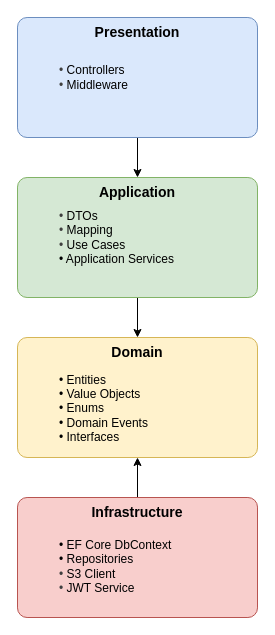
Above: docs/assets/diagrams/clean-architecture/clean-architecture.drawio in TeleManga/docs (draw.io), before the change. Source tidied: cells renumbered, new cells numbered last; positions are measured from the earlier drawing's top-left corner, leaving out a move shared by most shapes. Both pictures are drawn from the tidied source at 100%, with x=0, y=0 at pixel (17, 17).
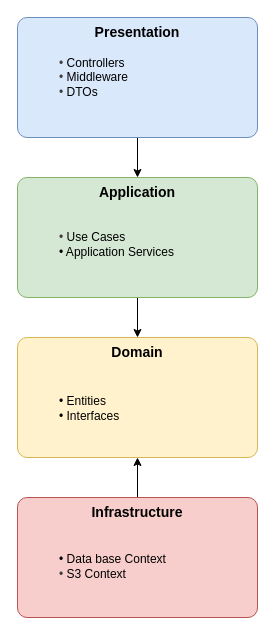
Above is the later version.

Commit message (it also covers changes not shown here):
fix/6/refactor-service-diagram-and-clean-architecture-diagram

What changed in the source:
```diff
@@
 <mxGraphModel>
   <root>
     <mxCell id="0" />
     <mxCell id="1" parent="0" />
     <mxCell id="2" style="edgeStyle=none;html=1;" parent="1" edge="1" source="3" target="6">
       <mxGeometry relative="1" as="geometry" />
     </mxCell>
     <mxCell id="3" value="Presentation" style="rounded=1;whiteSpace=wrap;html=1;fillColor=#dae8fc;strokeColor=#6c8ebf;fontStyle=1;fontSize=14;verticalAlign=top;arcSize=8;" parent="1" vertex="1">
       <mxGeometry width="240" height="120" as="geometry" />
     </mxCell>
-    <mxCell id="4" value="&lt;font style=&quot;color: rgb(0, 0, 0);&quot;&gt;&lt;span style=&quot;color: rgb(63, 63, 63);&quot;&gt;•&amp;nbsp;&lt;/span&gt;Controllers&lt;br&gt;&lt;/font&gt;&lt;div&gt;&lt;font style=&quot;color: rgb(0, 0, 0);&quot;&gt;&lt;span style=&quot;color: rgb(63, 63, 63); background-color: transparent;&quot;&gt;•&amp;nbsp;&lt;/span&gt;Middleware&lt;/font&gt;&lt;/div&gt;" style="text;html=1;align=left;verticalAlign=middle;strokeColor=none;fillColor=none;fontSize=12;fontColor=#666666;" parent="3" vertex="1">
-      <mxGeometry x="40" y="40" width="90" height="40" as="geometry" />
+    <mxCell id="4" value="&lt;font style=&quot;color: rgb(0, 0, 0);&quot;&gt;&lt;span style=&quot;color: rgb(63, 63, 63);&quot;&gt;•&amp;nbsp;&lt;/span&gt;Controllers&lt;br&gt;&lt;/font&gt;&lt;div&gt;&lt;font style=&quot;color: rgb(0, 0, 0);&quot;&gt;&lt;span style=&quot;color: rgb(63, 63, 63); background-color: transparent;&quot;&gt;•&amp;nbsp;&lt;/span&gt;Middleware&lt;/font&gt;&lt;/div&gt;&lt;div&gt;&lt;font style=&quot;color: rgb(0, 0, 0);&quot;&gt;&lt;span style=&quot;scrollbar-color: rgb(226, 226, 226) rgb(251, 251, 251); background-color: transparent; color: rgb(63, 63, 63);&quot;&gt;•&amp;nbsp;&lt;/span&gt;&lt;span style=&quot;color: rgb(0, 0, 0);&quot;&gt;DTOs&lt;/span&gt;&lt;/font&gt;&lt;/div&gt;" style="text;html=1;align=left;verticalAlign=middle;strokeColor=none;fillColor=none;fontSize=12;fontColor=#666666;" parent="3" vertex="1">
+      <mxGeometry x="40" y="30" width="90" height="60" as="geometry" />
     </mxCell>
     <mxCell id="5" style="edgeStyle=none;html=1;" parent="1" edge="1" source="6" target="8">
       <mxGeometry relative="1" as="geometry" />
     </mxCell>
     <mxCell id="6" value="Application" style="rounded=1;whiteSpace=wrap;html=1;fillColor=#d5e8d4;strokeColor=#82b366;fontStyle=1;fontSize=14;verticalAlign=top;arcSize=8;" parent="1" vertex="1">
       <mxGeometry y="160" width="240" height="120" as="geometry" />
     </mxCell>
-    <mxCell id="7" value="&lt;div&gt;&lt;font style=&quot;color: rgb(0, 0, 0);&quot;&gt;&lt;span style=&quot;background-color: transparent; color: rgb(63, 63, 63);&quot;&gt;•&amp;nbsp;&lt;/span&gt;DTOs&lt;/font&gt;&lt;/div&gt;&lt;div&gt;&lt;font&gt;&lt;span style=&quot;color: rgb(63, 63, 63);&quot;&gt;• &lt;/span&gt;&lt;font style=&quot;color: rgb(0, 0, 0);&quot;&gt;Mapping&lt;/font&gt;&lt;/font&gt;&lt;/div&gt;&lt;div&gt;&lt;font&gt;&lt;font style=&quot;color: rgb(0, 0, 0);&quot;&gt;&lt;span style=&quot;color: rgb(63, 63, 63); background-color: transparent;&quot;&gt;•&amp;nbsp;&lt;/span&gt;&lt;span style=&quot;color: rgb(0, 0, 0);&quot;&gt;Use Cases&lt;/span&gt;&lt;/font&gt;&lt;/font&gt;&lt;/div&gt;&lt;div&gt;&lt;font&gt;&lt;span style=&quot;background-color: transparent;&quot;&gt;&lt;font style=&quot;color: rgb(0, 0, 0);&quot;&gt;• Application Services&lt;/font&gt;&lt;/span&gt;&lt;/font&gt;&lt;/div&gt;" style="text;html=1;align=left;verticalAlign=middle;strokeColor=none;fillColor=none;fontSize=12;fontColor=#666666;" parent="6" vertex="1">
-      <mxGeometry x="40" y="25" width="140" height="70" as="geometry" />
+    <mxCell id="7" value="&lt;div&gt;&lt;br&gt;&lt;/div&gt;&lt;div&gt;&lt;font&gt;&lt;font style=&quot;color: rgb(0, 0, 0);&quot;&gt;&lt;span style=&quot;color: rgb(63, 63, 63); background-color: transparent;&quot;&gt;•&amp;nbsp;&lt;/span&gt;&lt;span style=&quot;color: rgb(0, 0, 0);&quot;&gt;Use Cases&lt;/span&gt;&lt;/font&gt;&lt;/font&gt;&lt;/div&gt;&lt;div&gt;&lt;font&gt;&lt;span style=&quot;background-color: transparent;&quot;&gt;&lt;font style=&quot;color: rgb(0, 0, 0);&quot;&gt;• Application Services&lt;/font&gt;&lt;/span&gt;&lt;/font&gt;&lt;/div&gt;" style="text;html=1;align=left;verticalAlign=middle;strokeColor=none;fillColor=none;fontSize=12;fontColor=#666666;" parent="6" vertex="1">
+      <mxGeometry x="40" y="30" width="140" height="60" as="geometry" />
     </mxCell>
     <mxCell id="8" value="Domain" style="rounded=1;whiteSpace=wrap;html=1;fillColor=#fff2cc;strokeColor=#d6b656;fontStyle=1;fontSize=14;verticalAlign=top;arcSize=8;" parent="1" vertex="1">
       <mxGeometry y="320" width="240" height="120" as="geometry" />
     </mxCell>
-    <mxCell id="9" value="&lt;font style=&quot;color: rgb(0, 0, 0);&quot;&gt;&lt;span&gt;•&amp;nbsp;&lt;/span&gt;Entities&lt;br&gt;&lt;/font&gt;&lt;div&gt;&lt;font style=&quot;color: rgb(0, 0, 0);&quot;&gt;&lt;span style=&quot;background-color: transparent;&quot;&gt;•&lt;/span&gt;&lt;span style=&quot;background-color: transparent;&quot;&gt;&amp;nbsp;&lt;/span&gt;Value Objects&lt;/font&gt;&lt;/div&gt;&lt;div&gt;&lt;font style=&quot;color: rgb(0, 0, 0);&quot;&gt;&lt;span style=&quot;background-color: transparent;&quot;&gt;•&lt;/span&gt;&lt;span style=&quot;background-color: transparent;&quot;&gt;&amp;nbsp;&lt;/span&gt;Enums&lt;/font&gt;&lt;/div&gt;&lt;div&gt;&lt;font style=&quot;color: rgb(0, 0, 0);&quot;&gt;&lt;span style=&quot;background-color: transparent;&quot;&gt;•&lt;/span&gt;&lt;span style=&quot;background-color: transparent;&quot;&gt;&amp;nbsp;&lt;/span&gt;Domain Events&lt;/font&gt;&lt;/div&gt;&lt;div&gt;&lt;font&gt;&lt;font style=&quot;color: rgb(0, 0, 0);&quot;&gt;• Interfaces&lt;/font&gt;&lt;/font&gt;&lt;/div&gt;" style="text;html=1;align=left;verticalAlign=middle;strokeColor=none;fillColor=none;fontSize=12;fontColor=#666666;" parent="8" vertex="1">
-      <mxGeometry x="40" y="26.2" width="110" height="90" as="geometry" />
+    <mxCell id="9" value="&lt;font style=&quot;color: rgb(0, 0, 0);&quot;&gt;&lt;span&gt;•&amp;nbsp;&lt;/span&gt;Entities&lt;/font&gt;&lt;div&gt;&lt;font&gt;&lt;font style=&quot;color: rgb(0, 0, 0);&quot;&gt;• Interfaces&lt;/font&gt;&lt;/font&gt;&lt;/div&gt;" style="text;html=1;align=left;verticalAlign=middle;strokeColor=none;fillColor=none;fontSize=12;fontColor=#666666;" parent="8" vertex="1">
+      <mxGeometry x="40" y="51.2" width="80" height="40" as="geometry" />
     </mxCell>
     <mxCell id="10" style="edgeStyle=none;html=1;" parent="1" edge="1" source="11" target="8">
       <mxGeometry relative="1" as="geometry" />
     </mxCell>
     <mxCell id="11" value="Infrastructure" style="rounded=1;whiteSpace=wrap;html=1;fillColor=#f8cecc;strokeColor=#b85450;fontStyle=1;fontSize=14;verticalAlign=top;arcSize=8;" parent="1" vertex="1">
       <mxGeometry y="480" width="240" height="120" as="geometry" />
     </mxCell>
-    <mxCell id="12" value="&lt;font style=&quot;color: rgb(0, 0, 0);&quot;&gt;&lt;span&gt;•&amp;nbsp;&lt;/span&gt;EF Core DbContext&lt;br&gt;&lt;/font&gt;&lt;div&gt;&lt;font style=&quot;color: rgb(0, 0, 0);&quot;&gt;&lt;span style=&quot;background-color: transparent;&quot;&gt;•&amp;nbsp;&lt;/span&gt;Repositories&lt;/font&gt;&lt;/div&gt;&lt;div&gt;&lt;font&gt;&lt;span style=&quot;color: rgb(63, 63, 63); background-color: transparent;&quot;&gt;•&amp;nbsp;&lt;/span&gt;&lt;span style=&quot;background-color: transparent;&quot;&gt;&lt;font style=&quot;color: rgb(0, 0, 0);&quot;&gt;S3 Client&lt;/font&gt;&lt;/span&gt;&lt;/font&gt;&lt;/div&gt;&lt;div style=&quot;&quot;&gt;&lt;font&gt;&lt;span style=&quot;color: rgb(63, 63, 63); background-color: transparent;&quot;&gt;•&amp;nbsp;&lt;/span&gt;&lt;span style=&quot;background-color: transparent;&quot;&gt;&lt;font style=&quot;color: rgb(0, 0, 0);&quot;&gt;JWT Service&lt;/font&gt;&lt;/span&gt;&lt;/font&gt;&lt;/div&gt;" style="text;html=1;align=left;verticalAlign=middle;strokeColor=none;fillColor=none;fontSize=12;fontColor=#666666;" parent="11" vertex="1">
-      <mxGeometry x="40" y="33.8" width="140" height="70" as="geometry" />
+    <mxCell id="12" value="&lt;font style=&quot;color: rgb(0, 0, 0);&quot;&gt;&lt;span&gt;•&amp;nbsp;&lt;/span&gt;Data base Context&lt;/font&gt;&lt;div&gt;&lt;font&gt;&lt;span style=&quot;color: rgb(63, 63, 63); background-color: transparent;&quot;&gt;•&amp;nbsp;&lt;/span&gt;&lt;span style=&quot;background-color: transparent;&quot;&gt;&lt;font style=&quot;color: rgb(0, 0, 0);&quot;&gt;S3 Context&lt;/font&gt;&lt;/span&gt;&lt;/font&gt;&lt;/div&gt;" style="text;html=1;align=left;verticalAlign=middle;strokeColor=none;fillColor=none;fontSize=12;fontColor=#666666;" parent="11" vertex="1">
+      <mxGeometry x="40" y="48.8" width="130" height="40" as="geometry" />
     </mxCell>
   </root>
 </mxGraphModel>
```
